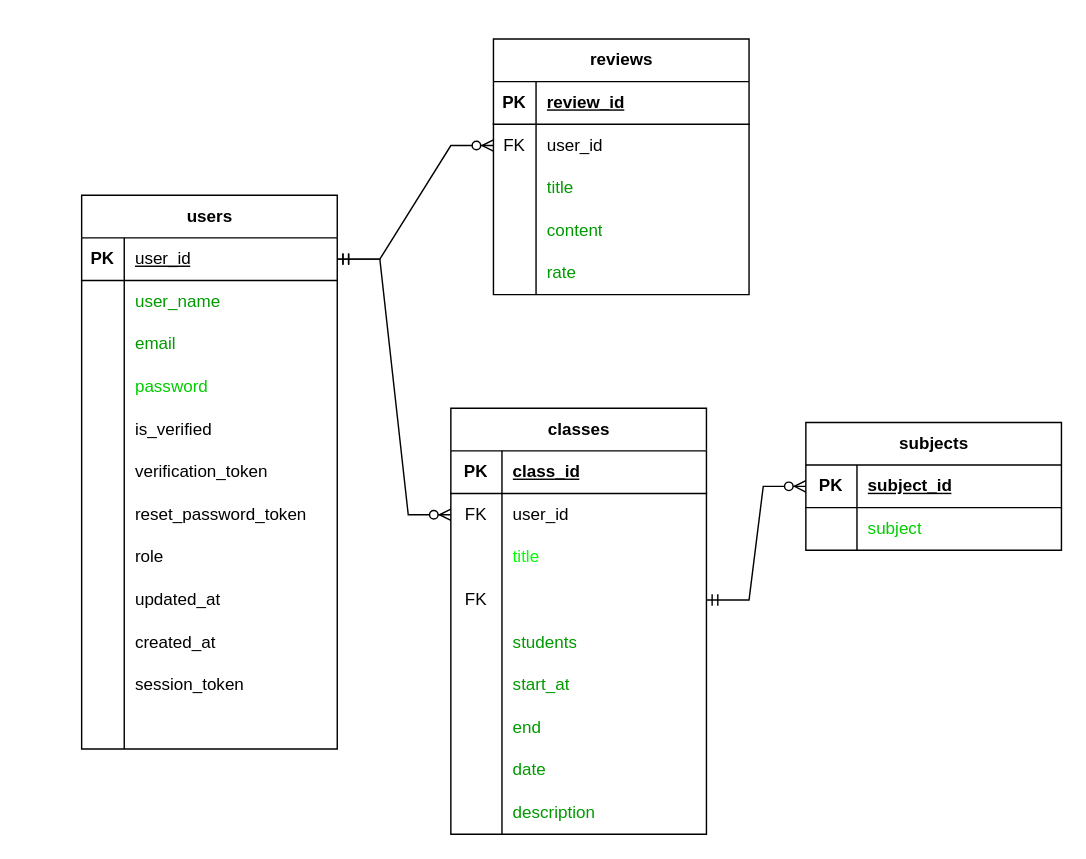
The draw.io diagram src/models/db.drawio in PS-G1-Lab/control-horas-api, before the edit. Source tidied: cells renumbered, new cells numbered last; positions are measured from the earlier drawing's top-left corner, leaving out a move shared by most shapes. Both pictures are drawn from the tidied source at 142%, with x=0, y=0 at pixel (81, 38).
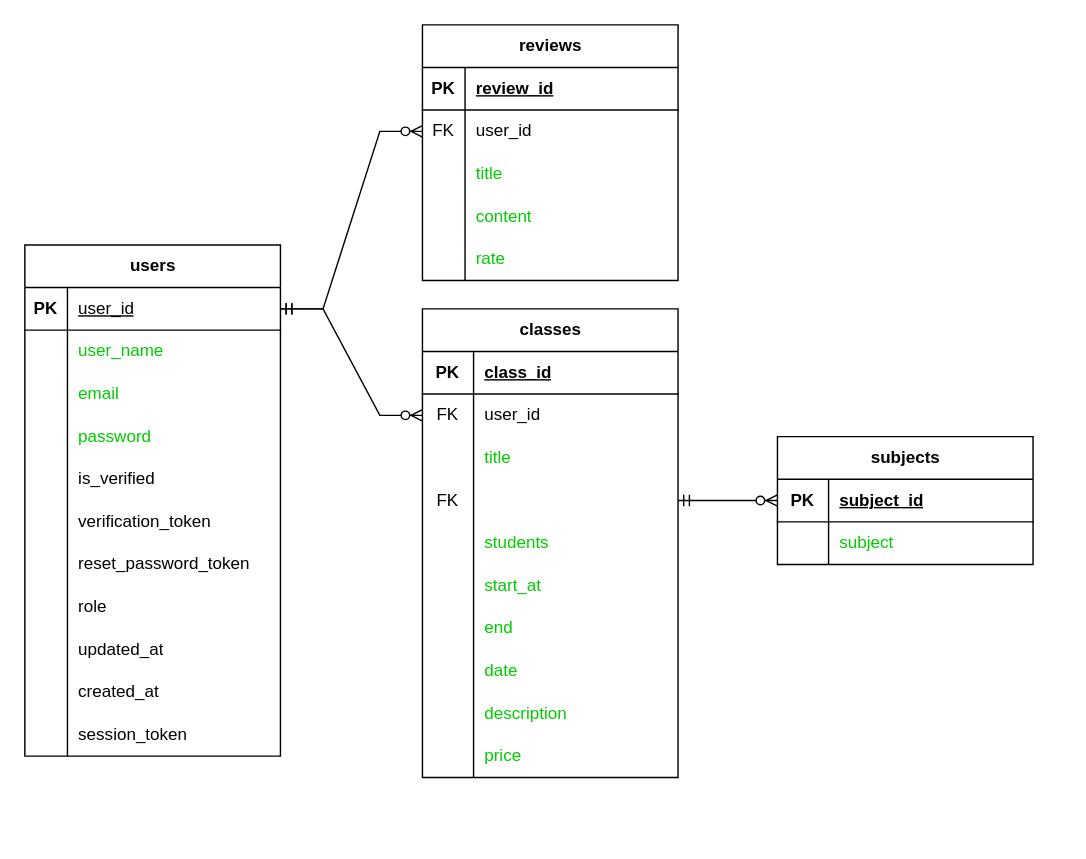
After the change.

Commit message:
Update database schema

Unchanged cells that the change refers to:
```xml
<mxCell id="6" style="shape=tableRow;horizontal=0;startSize=0;swimlaneHead=0;swimlaneBody=0;fillColor=none;top=0;left=0;right=0;bottom=0;" parent="2" vertex="1">
  <mxGeometry y="60" width="180" height="30" as="geometry" />
</mxCell>
<mxCell id="9" style="shape=tableRow;horizontal=0;startSize=0;swimlaneHead=0;swimlaneBody=0;fillColor=none;top=0;left=0;right=0;bottom=0;" parent="2" vertex="1">
  <mxGeometry y="90" width="180" height="30" as="geometry" />
</mxCell>
<mxCell id="12" style="shape=tableRow;horizontal=0;startSize=0;swimlaneHead=0;swimlaneBody=0;fillColor=none;top=0;left=0;right=0;bottom=0;" parent="2" vertex="1">
  <mxGeometry y="120" width="180" height="30" as="geometry" />
</mxCell>
<mxCell id="46" style="shape=tableRow;horizontal=0;startSize=0;swimlaneHead=0;swimlaneBody=0;fillColor=none;top=0;left=0;right=0;bottom=0;" parent="39" vertex="1">
  <mxGeometry y="90" width="180" height="30" as="geometry" />
</mxCell>
<mxCell id="49" style="shape=tableRow;horizontal=0;startSize=0;swimlaneHead=0;swimlaneBody=0;fillColor=none;top=0;left=0;right=0;bottom=0;" parent="39" vertex="1">
  <mxGeometry y="120" width="180" height="30" as="geometry" />
</mxCell>
<mxCell id="52" style="shape=tableRow;horizontal=0;startSize=0;swimlaneHead=0;swimlaneBody=0;fillColor=none;top=0;left=0;right=0;bottom=0;" parent="39" vertex="1">
  <mxGeometry y="150" width="180" height="30" as="geometry" />
</mxCell>
<mxCell id="63" style="shape=tableRow;horizontal=0;startSize=0;swimlaneHead=0;swimlaneBody=0;fillColor=none;top=0;left=0;right=0;bottom=0;" parent="56" vertex="1">
  <mxGeometry y="90" width="180" height="30" as="geometry" />
</mxCell>
<mxCell id="69" style="shape=tableRow;horizontal=0;startSize=0;swimlaneHead=0;swimlaneBody=0;fillColor=none;top=0;left=0;right=0;bottom=0;" parent="56" vertex="1">
  <mxGeometry y="150" width="180" height="30" as="geometry" />
</mxCell>
<mxCell id="72" style="shape=tableRow;horizontal=0;startSize=0;swimlaneHead=0;swimlaneBody=0;fillColor=none;top=0;left=0;right=0;bottom=0;" parent="56" vertex="1">
  <mxGeometry y="180" width="180" height="30" as="geometry" />
</mxCell>
<mxCell id="75" style="shape=tableRow;horizontal=0;startSize=0;swimlaneHead=0;swimlaneBody=0;fillColor=none;top=0;left=0;right=0;bottom=0;" parent="56" vertex="1">
  <mxGeometry y="210" width="180" height="30" as="geometry" />
</mxCell>
<mxCell id="78" style="shape=tableRow;horizontal=0;startSize=0;swimlaneHead=0;swimlaneBody=0;fillColor=none;top=0;left=0;right=0;bottom=0;" parent="56" vertex="1">
  <mxGeometry y="240" width="180" height="30" as="geometry" />
</mxCell>
<mxCell id="81" style="shape=tableRow;horizontal=0;startSize=0;swimlaneHead=0;swimlaneBody=0;fillColor=none;top=0;left=0;right=0;bottom=0;" parent="56" vertex="1">
  <mxGeometry y="270" width="180" height="30" as="geometry" />
</mxCell>
```

Diff of the diagram source:
```diff
@@
     <mxCell id="2" value="users" style="shape=table;startSize=30;childLayout=tableLayout;rowLines=0;fontStyle=1;align=center;html=1;" parent="1" vertex="1">
-      <mxGeometry y="110" width="180" height="390" as="geometry" />
+      <mxGeometry x="-40" y="145" width="180" height="360" as="geometry" />
     </mxCell>
@@
-    <mxCell id="8" value="&lt;font color=&quot;#009900&quot;&gt;user_name&lt;/font&gt;" style="shape=partialRectangle;fillColor=none;top=0;left=0;bottom=0;right=0;align=left;spacingLeft=6;overflow=hidden;whiteSpace=wrap;html=1;" parent="6" vertex="1">
+    <mxCell id="8" value="&lt;font color=&quot;#00cc00&quot;&gt;user_name&lt;/font&gt;" style="shape=partialRectangle;fillColor=none;top=0;left=0;bottom=0;right=0;align=left;spacingLeft=6;overflow=hidden;whiteSpace=wrap;html=1;" parent="6" vertex="1">
       <mxGeometry x="30" width="150" height="30" as="geometry" />
     </mxCell>
@@
-    <mxCell id="11" value="&lt;font color=&quot;#009900&quot;&gt;email&lt;/font&gt;" style="shape=partialRectangle;fillColor=none;top=0;left=0;bottom=0;right=0;align=left;spacingLeft=6;overflow=hidden;whiteSpace=wrap;html=1;" parent="9" vertex="1">
+    <mxCell id="11" value="&lt;font color=&quot;#00cc00&quot;&gt;email&lt;/font&gt;" style="shape=partialRectangle;fillColor=none;top=0;left=0;bottom=0;right=0;align=left;spacingLeft=6;overflow=hidden;whiteSpace=wrap;html=1;" parent="9" vertex="1">
       <mxGeometry x="30" width="150" height="30" as="geometry" />
     </mxCell>
@@
-    <mxCell id="14" value="&lt;span style=&quot;color: rgb(0, 204, 0);&quot;&gt;password&lt;/span&gt;" style="shape=partialRectangle;fillColor=none;top=0;left=0;bottom=0;right=0;align=left;spacingLeft=6;overflow=hidden;whiteSpace=wrap;html=1;" parent="12" vertex="1">
+    <mxCell id="14" value="&lt;font color=&quot;#00cc00&quot;&gt;password&lt;/font&gt;" style="shape=partialRectangle;fillColor=none;top=0;left=0;bottom=0;right=0;align=left;spacingLeft=6;overflow=hidden;whiteSpace=wrap;html=1;" parent="12" vertex="1">
       <mxGeometry x="30" width="150" height="30" as="geometry" />
     </mxCell>
@@
-    <mxCell id="36" style="shape=tableRow;horizontal=0;startSize=0;swimlaneHead=0;swimlaneBody=0;fillColor=none;top=0;left=0;right=0;bottom=0;" parent="2" vertex="1">
-      <mxGeometry y="360" width="180" height="30" as="geometry" />
-    </mxCell>
-    <mxCell id="37" style="shape=partialRectangle;fillColor=none;top=0;left=0;bottom=0;right=0;overflow=hidden;whiteSpace=wrap;html=1;" parent="36" vertex="1">
-      <mxGeometry width="30" height="30" as="geometry" />
-    </mxCell>
-    <mxCell id="38" style="shape=partialRectangle;fillColor=none;top=0;left=0;bottom=0;right=0;align=left;spacingLeft=6;overflow=hidden;whiteSpace=wrap;html=1;" parent="36" vertex="1">
-      <mxGeometry x="30" width="150" height="30" as="geometry" />
-    </mxCell>
     <mxCell id="39" value="reviews" style="shape=table;startSize=30;childLayout=tableLayout;rowLines=0;fontStyle=1;align=center;html=1;" parent="1" vertex="1">
-      <mxGeometry x="290" width="180" height="180" as="geometry" />
+      <mxGeometry x="240" y="-10" width="180" height="180" as="geometry" />
     </mxCell>
@@
-    <mxCell id="48" value="&lt;font color=&quot;#009900&quot;&gt;title&lt;/font&gt;" style="shape=partialRectangle;fillColor=none;top=0;left=0;bottom=0;right=0;align=left;spacingLeft=6;overflow=hidden;whiteSpace=wrap;html=1;" parent="46" vertex="1">
+    <mxCell id="48" value="&lt;font color=&quot;#00cc00&quot;&gt;title&lt;/font&gt;" style="shape=partialRectangle;fillColor=none;top=0;left=0;bottom=0;right=0;align=left;spacingLeft=6;overflow=hidden;whiteSpace=wrap;html=1;" parent="46" vertex="1">
       <mxGeometry x="30" width="150" height="30" as="geometry" />
     </mxCell>
@@
-    <mxCell id="51" value="&lt;font color=&quot;#009900&quot;&gt;content&lt;/font&gt;" style="shape=partialRectangle;fillColor=none;top=0;left=0;bottom=0;right=0;align=left;spacingLeft=6;overflow=hidden;whiteSpace=wrap;html=1;" parent="49" vertex="1">
+    <mxCell id="51" value="&lt;font color=&quot;#00cc00&quot;&gt;content&lt;/font&gt;" style="shape=partialRectangle;fillColor=none;top=0;left=0;bottom=0;right=0;align=left;spacingLeft=6;overflow=hidden;whiteSpace=wrap;html=1;" parent="49" vertex="1">
       <mxGeometry x="30" width="150" height="30" as="geometry" />
     </mxCell>
@@
-    <mxCell id="54" value="&lt;font color=&quot;#009900&quot;&gt;rate&lt;/font&gt;" style="shape=partialRectangle;fillColor=none;top=0;left=0;bottom=0;right=0;align=left;spacingLeft=6;overflow=hidden;whiteSpace=wrap;html=1;" parent="52" vertex="1">
+    <mxCell id="54" value="&lt;font color=&quot;#00cc00&quot;&gt;rate&lt;/font&gt;" style="shape=partialRectangle;fillColor=none;top=0;left=0;bottom=0;right=0;align=left;spacingLeft=6;overflow=hidden;whiteSpace=wrap;html=1;" parent="52" vertex="1">
       <mxGeometry x="30" width="150" height="30" as="geometry" />
     </mxCell>
@@
     <mxCell id="56" value="classes" style="shape=table;startSize=30;childLayout=tableLayout;rowLines=0;fontStyle=1;align=center;html=1;" parent="1" vertex="1">
-      <mxGeometry x="260" y="260" width="180" height="300" as="geometry" />
+      <mxGeometry x="240" y="190" width="180" height="330" as="geometry" />
     </mxCell>
@@
-    <mxCell id="65" value="&lt;font color=&quot;#00ff00&quot;&gt;title&lt;/font&gt;" style="shape=partialRectangle;fillColor=none;top=0;left=0;bottom=0;right=0;align=left;spacingLeft=6;overflow=hidden;whiteSpace=wrap;html=1;" parent="63" vertex="1">
+    <mxCell id="65" value="&lt;font color=&quot;#00cc00&quot;&gt;title&lt;/font&gt;" style="shape=partialRectangle;fillColor=none;top=0;left=0;bottom=0;right=0;align=left;spacingLeft=6;overflow=hidden;whiteSpace=wrap;html=1;" parent="63" vertex="1">
       <mxGeometry x="36" width="144" height="30" as="geometry" />
     </mxCell>
@@
-    <mxCell id="71" value="&lt;font color=&quot;#009900&quot;&gt;students&lt;br&gt;&lt;/font&gt;" style="shape=partialRectangle;fillColor=none;top=0;left=0;bottom=0;right=0;align=left;spacingLeft=6;overflow=hidden;whiteSpace=wrap;html=1;" parent="69" vertex="1">
+    <mxCell id="71" value="&lt;font color=&quot;#00cc00&quot;&gt;students&lt;/font&gt;" style="shape=partialRectangle;fillColor=none;top=0;left=0;bottom=0;right=0;align=left;spacingLeft=6;overflow=hidden;whiteSpace=wrap;html=1;" parent="69" vertex="1">
       <mxGeometry x="36" width="144" height="30" as="geometry" />
     </mxCell>
@@
-    <mxCell id="74" value="&lt;font color=&quot;#009900&quot;&gt;start_at&lt;br&gt;&lt;/font&gt;" style="shape=partialRectangle;fillColor=none;top=0;left=0;bottom=0;right=0;align=left;spacingLeft=6;overflow=hidden;whiteSpace=wrap;html=1;" parent="72" vertex="1">
+    <mxCell id="74" value="&lt;font color=&quot;#00cc00&quot;&gt;start_at&lt;/font&gt;" style="shape=partialRectangle;fillColor=none;top=0;left=0;bottom=0;right=0;align=left;spacingLeft=6;overflow=hidden;whiteSpace=wrap;html=1;" parent="72" vertex="1">
       <mxGeometry x="36" width="144" height="30" as="geometry" />
     </mxCell>
@@
-    <mxCell id="77" value="&lt;font color=&quot;#009900&quot;&gt;end&lt;br&gt;&lt;/font&gt;" style="shape=partialRectangle;fillColor=none;top=0;left=0;bottom=0;right=0;align=left;spacingLeft=6;overflow=hidden;whiteSpace=wrap;html=1;" parent="75" vertex="1">
+    <mxCell id="77" value="&lt;font color=&quot;#00cc00&quot;&gt;end&lt;/font&gt;" style="shape=partialRectangle;fillColor=none;top=0;left=0;bottom=0;right=0;align=left;spacingLeft=6;overflow=hidden;whiteSpace=wrap;html=1;" parent="75" vertex="1">
       <mxGeometry x="36" width="144" height="30" as="geometry" />
     </mxCell>
@@
-    <mxCell id="80" value="&lt;font color=&quot;#009900&quot;&gt;date&lt;br&gt;&lt;/font&gt;" style="shape=partialRectangle;fillColor=none;top=0;left=0;bottom=0;right=0;align=left;spacingLeft=6;overflow=hidden;whiteSpace=wrap;html=1;" parent="78" vertex="1">
+    <mxCell id="80" value="&lt;font color=&quot;#00cc00&quot;&gt;date&lt;/font&gt;" style="shape=partialRectangle;fillColor=none;top=0;left=0;bottom=0;right=0;align=left;spacingLeft=6;overflow=hidden;whiteSpace=wrap;html=1;" parent="78" vertex="1">
       <mxGeometry x="36" width="144" height="30" as="geometry" />
     </mxCell>
@@
-    <mxCell id="83" value="&lt;font color=&quot;#009900&quot;&gt;description&lt;br&gt;&lt;/font&gt;" style="shape=partialRectangle;fillColor=none;top=0;left=0;bottom=0;right=0;align=left;spacingLeft=6;overflow=hidden;whiteSpace=wrap;html=1;" parent="81" vertex="1">
+    <mxCell id="83" value="&lt;font color=&quot;#00cc00&quot;&gt;description&lt;/font&gt;" style="shape=partialRectangle;fillColor=none;top=0;left=0;bottom=0;right=0;align=left;spacingLeft=6;overflow=hidden;whiteSpace=wrap;html=1;" parent="81" vertex="1">
       <mxGeometry x="36" width="144" height="30" as="geometry" />
     </mxCell>
+    <mxCell id="93" style="shape=tableRow;horizontal=0;startSize=0;swimlaneHead=0;swimlaneBody=0;fillColor=none;top=0;left=0;right=0;bottom=0;" parent="56" vertex="1">
+      <mxGeometry y="300" width="180" height="30" as="geometry" />
+    </mxCell>
+    <mxCell id="94" style="shape=partialRectangle;fillColor=none;top=0;left=0;bottom=0;right=0;overflow=hidden;whiteSpace=wrap;html=1;" parent="93" vertex="1">
+      <mxGeometry width="36" height="30" as="geometry" />
+    </mxCell>
+    <mxCell id="95" value="&lt;font color=&quot;#00cc00&quot;&gt;price&lt;/font&gt;" style="shape=partialRectangle;fillColor=none;top=0;left=0;bottom=0;right=0;align=left;spacingLeft=6;overflow=hidden;whiteSpace=wrap;html=1;" parent="93" vertex="1">
+      <mxGeometry x="36" width="144" height="30" as="geometry" />
+    </mxCell>
     <mxCell id="84" value="subjects" style="shape=table;startSize=30;childLayout=tableLayout;rowLines=0;fontStyle=1;align=center;html=1;" parent="1" vertex="1">
-      <mxGeometry x="510" y="270" width="180" height="90" as="geometry" />
+      <mxGeometry x="490" y="280" width="180" height="90" as="geometry" />
     </mxCell>
```
